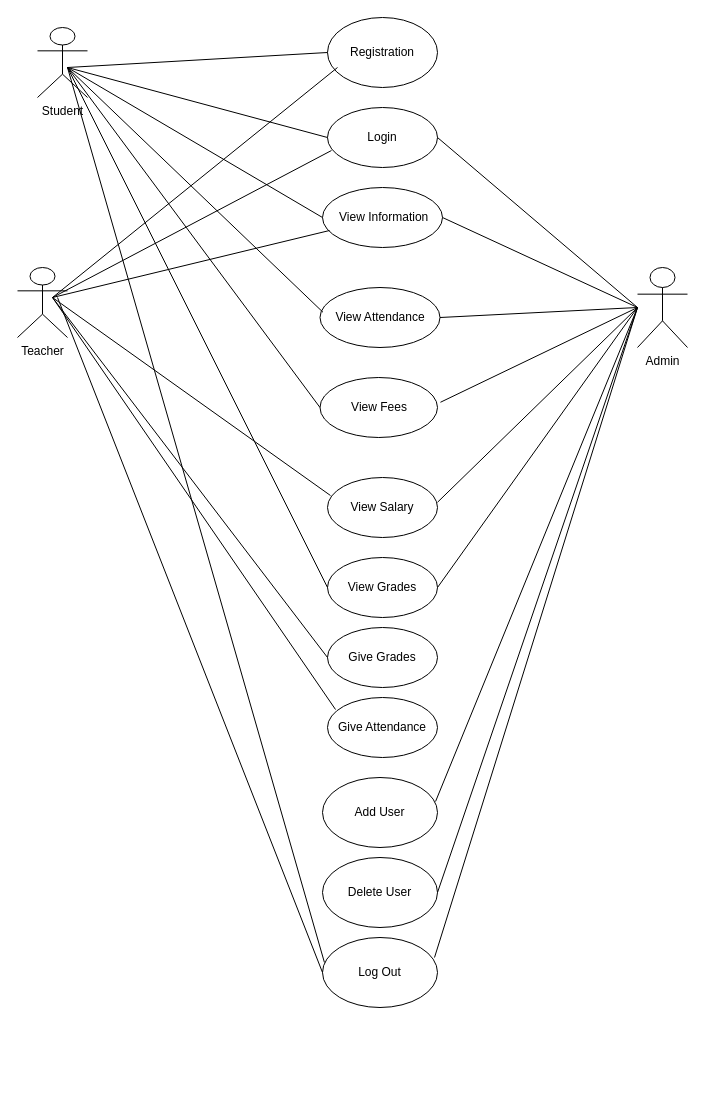
This is Project Design/Use Case Diagram.drawio from akifzahin/Java-School-Management-System, a draw.io file, before an edit. Source tidied: cells renumbered, new cells numbered last; positions are measured from the earlier drawing's top-left corner, leaving out a move shared by most shapes. Both pictures are drawn from the tidied source at 100%, with x=0, y=0 at pixel (17, 17).
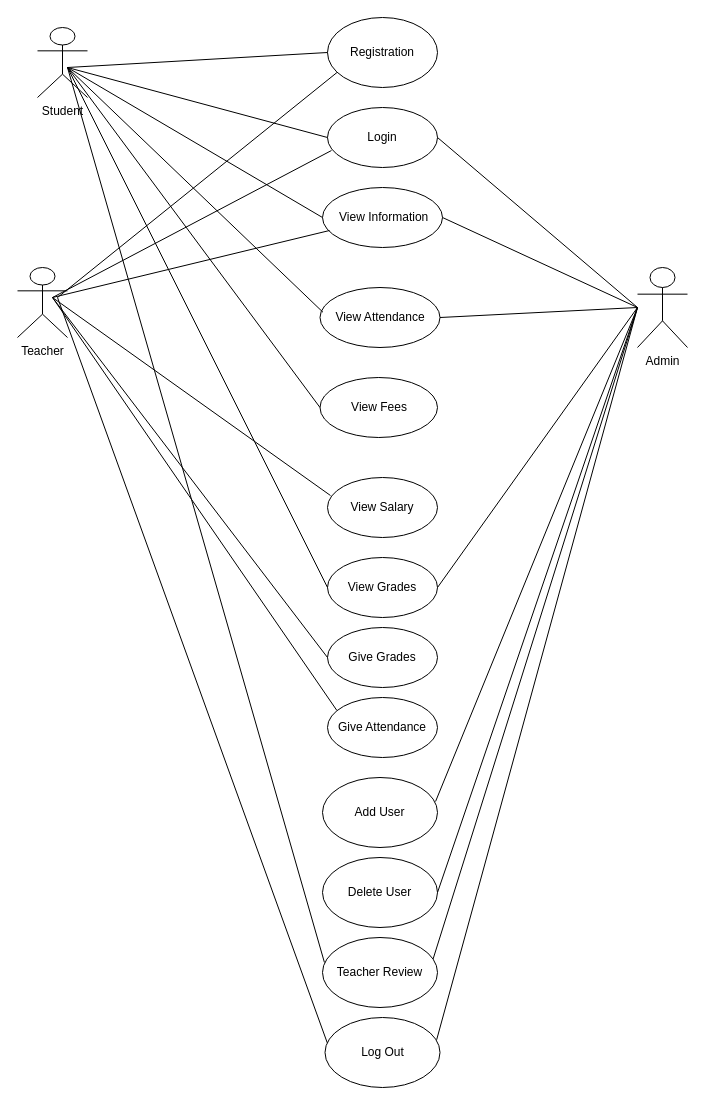
The same diagram, later.

The change refers to these unchanged cells:
```xml
<mxCell id="2" value="Registration" style="ellipse;whiteSpace=wrap;html=1;" parent="1" vertex="1">
  <mxGeometry x="310" width="110" height="70" as="geometry" />
</mxCell>
<mxCell id="6" value="View Fees" style="ellipse;whiteSpace=wrap;html=1;" parent="1" vertex="1">
  <mxGeometry x="302.5" y="360" width="117.5" height="60" as="geometry" />
</mxCell>
<mxCell id="9" value="View Salary" style="ellipse;whiteSpace=wrap;html=1;" parent="1" vertex="1">
  <mxGeometry x="310" y="460" width="110" height="60" as="geometry" />
</mxCell>
<mxCell id="12" value="Give Attendance" style="ellipse;whiteSpace=wrap;html=1;" parent="1" vertex="1">
  <mxGeometry x="310" y="680" width="110" height="60" as="geometry" />
</mxCell>
```

What changed in the source:
```diff
@@
-    <mxCell id="22" style="endArrow=none;html=1;rounded=0;entryX=0.073;entryY=0.2;entryDx=0;entryDy=0;entryPerimeter=0;" parent="1" edge="1" target="12">
+    <mxCell id="22" style="endArrow=none;html=1;rounded=0;entryX=0.086;entryY=0.218;entryDx=0;entryDy=0;entryPerimeter=0;" parent="1" edge="1" target="12">
       <mxGeometry relative="1" as="geometry">
         <mxPoint x="35" y="280" as="sourcePoint" />
       </mxGeometry>
     </mxCell>
@@
-    <mxCell id="26" style="endArrow=none;html=1;rounded=0;exitX=1.025;exitY=0.413;exitDx=0;exitDy=0;exitPerimeter=0;" parent="1" edge="1" source="6">
-      <mxGeometry relative="1" as="geometry">
-        <mxPoint x="620" y="290" as="targetPoint" />
-      </mxGeometry>
-    </mxCell>
-    <mxCell id="27" style="endArrow=none;html=1;rounded=0;exitX=0.5;exitY=0.5;exitDx=0;exitDy=0;exitPerimeter=0;" parent="1" edge="1">
+    <mxCell id="27" style="endArrow=none;html=1;rounded=0;exitX=0.5;exitY=0.5;exitDx=0;exitDy=0;exitPerimeter=0;entryX=0.086;entryY=0.786;entryDx=0;entryDy=0;entryPerimeter=0;" parent="1" edge="1" target="2">
       <mxGeometry relative="1" as="geometry">
-        <mxPoint x="35" y="280" as="sourcePoint" />
-        <mxPoint x="320" y="50" as="targetPoint" />
+        <mxPoint x="40" y="280" as="sourcePoint" />
       </mxGeometry>
     </mxCell>
-    <mxCell id="28" style="endArrow=none;html=1;rounded=0;exitX=1;exitY=0.413;exitDx=0;exitDy=0;exitPerimeter=0;" parent="1" edge="1" source="9">
-      <mxGeometry relative="1" as="geometry">
-        <mxPoint x="620" y="290" as="targetPoint" />
-      </mxGeometry>
-    </mxCell>
@@
-    <mxCell id="35" value="Log Out" style="ellipse;whiteSpace=wrap;html=1;" parent="1" vertex="1">
+    <mxCell id="35" value="Teacher Review" style="ellipse;whiteSpace=wrap;html=1;" parent="1" vertex="1">
       <mxGeometry x="305" y="920" width="115" height="70" as="geometry" />
     </mxCell>
@@
-    <mxCell id="37" style="endArrow=none;html=1;rounded=0;entryX=0;entryY=0.5;entryDx=0;entryDy=0;" parent="1" edge="1" target="35">
-      <mxGeometry relative="1" as="geometry">
-        <mxPoint x="40" y="280" as="sourcePoint" />
-      </mxGeometry>
-    </mxCell>
-    <mxCell id="38" style="endArrow=none;html=1;rounded=0;exitX=0.974;exitY=0.286;exitDx=0;exitDy=0;exitPerimeter=0;" parent="1" edge="1" source="35">
+    <mxCell id="38" style="endArrow=none;html=1;rounded=0;exitX=0.962;exitY=0.306;exitDx=0;exitDy=0;exitPerimeter=0;" parent="1" edge="1" source="35">
       <mxGeometry relative="1" as="geometry">
         <mxPoint x="620" y="290" as="targetPoint" />
       </mxGeometry>
     </mxCell>
@@
+    <mxCell id="40" value="Log Out" style="ellipse;whiteSpace=wrap;html=1;" parent="1" vertex="1">
+      <mxGeometry x="307.5" y="1000" width="115" height="70" as="geometry" />
+    </mxCell>
+    <mxCell id="41" style="endArrow=none;html=1;rounded=0;entryX=0.02;entryY=0.363;entryDx=0;entryDy=0;entryPerimeter=0;" parent="1" edge="1" target="40">
+      <mxGeometry relative="1" as="geometry">
+        <mxPoint x="40" y="280" as="sourcePoint" />
+      </mxGeometry>
+    </mxCell>
+    <mxCell id="42" style="endArrow=none;html=1;rounded=0;exitX=0.971;exitY=0.318;exitDx=0;exitDy=0;exitPerimeter=0;" parent="1" edge="1" source="40">
+      <mxGeometry relative="1" as="geometry">
+        <mxPoint x="620" y="290" as="targetPoint" />
+      </mxGeometry>
+    </mxCell>
```
